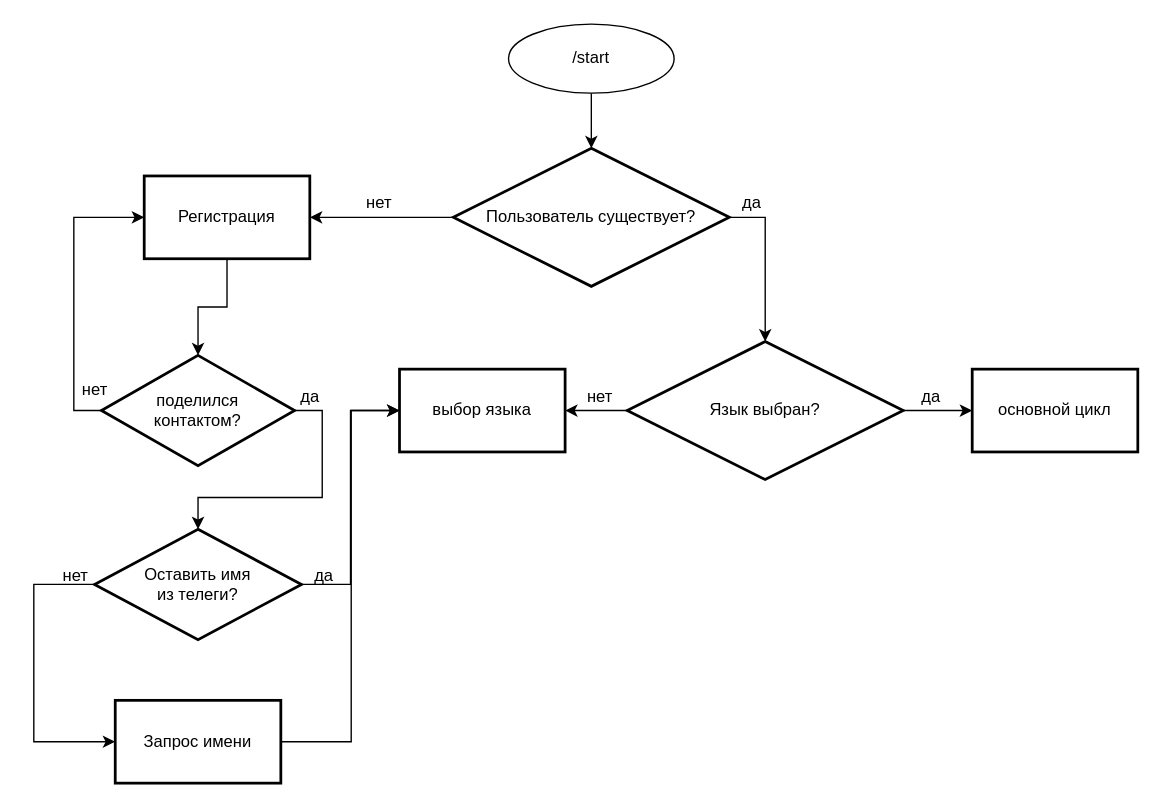
This is OSI.drawio from kaznt81/tg-osi-bot, a draw.io file, before an edit. Source tidied: cells renumbered, new cells numbered last; positions are measured from the earlier drawing's top-left corner, leaving out a move shared by most shapes. Both pictures are drawn from the tidied source at 138%, with x=0, y=0 at pixel (33, 23).
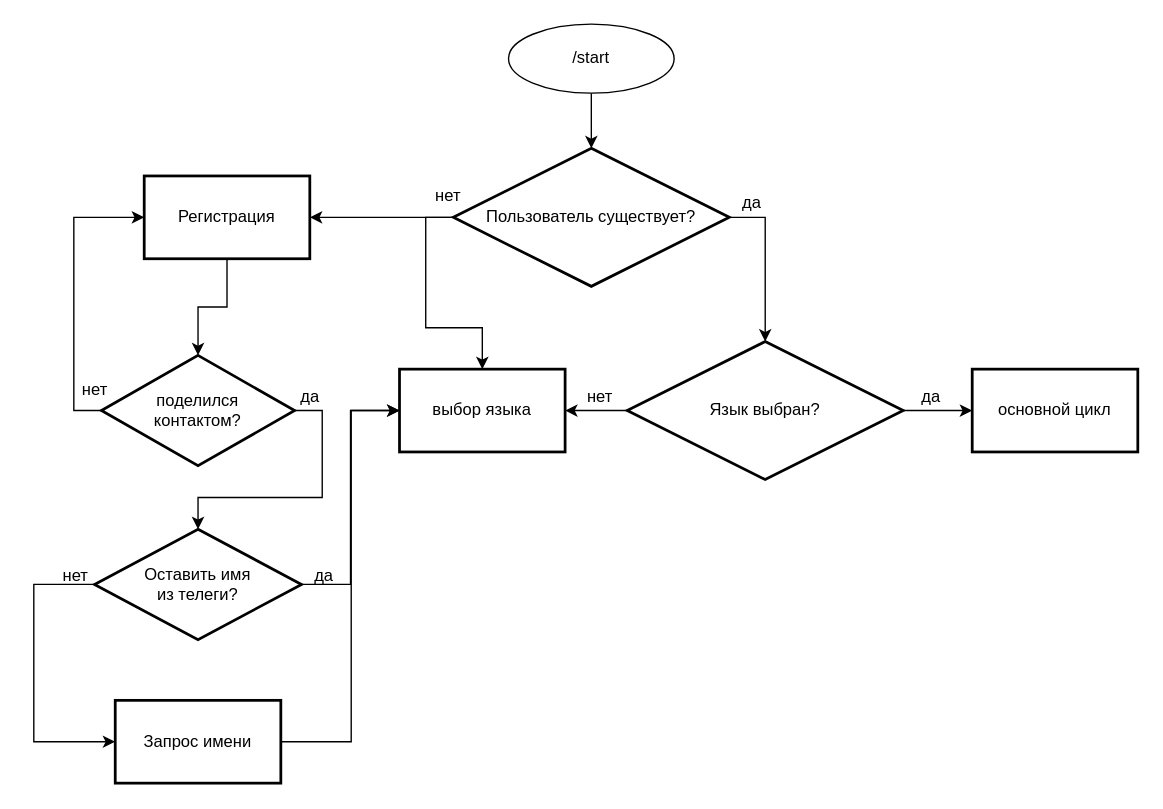
The same diagram, later.

The change refers to these unchanged cells:
```xml
<mxCell id="6" value="Пользователь существует?" style="strokeWidth=2;html=1;shape=mxgraph.flowchart.decision;whiteSpace=wrap;" parent="1" vertex="1">
  <mxGeometry x="304" y="90" width="200" height="100" as="geometry" />
</mxCell>
<mxCell id="8" value="Регистрация" style="whiteSpace=wrap;html=1;strokeWidth=2;" parent="1" vertex="1">
  <mxGeometry x="80" y="110" width="120" height="60" as="geometry" />
</mxCell>
<mxCell id="16" value="выбор языка" style="whiteSpace=wrap;html=1;strokeWidth=2;" parent="1" vertex="1">
  <mxGeometry x="265" y="250" width="120" height="60" as="geometry" />
</mxCell>
```

What changed in the source:
```diff
@@
-    <mxCell id="4" style="edgeStyle=orthogonalEdgeStyle;rounded=0;jettySize=auto;html=1;" parent="1" edge="1" source="6" target="8">
+    <mxCell id="4" style="edgeStyle=orthogonalEdgeStyle;rounded=0;jettySize=auto;html=1;entryX=0.5;entryY=0;entryDx=0;entryDy=0;exitX=0;exitY=0.5;exitDx=0;exitDy=0;exitPerimeter=0;" parent="1" edge="1" source="6" target="16">
       <mxGeometry relative="1" as="geometry" />
     </mxCell>
@@
+    <mxCell id="30" style="edgeStyle=orthogonalEdgeStyle;rounded=0;jettySize=auto;html=1;entryX=1;entryY=0.5;entryDx=0;entryDy=0;" parent="1" edge="1" source="6" target="8">
+      <mxGeometry relative="1" as="geometry" />
+    </mxCell>
@@
-    <mxCell id="9" value="нет" style="text;html=1;align=center;verticalAlign=middle;strokeColor=none;fillColor=none;" parent="1" vertex="1">
-      <mxGeometry x="230" y="115" width="40" height="30" as="geometry" />
-    </mxCell>
@@
+    <mxCell id="9" value="нет" style="text;html=1;align=center;verticalAlign=middle;strokeColor=none;fillColor=none;" parent="1" vertex="1">
+      <mxGeometry x="280" y="110" width="40" height="30" as="geometry" />
+    </mxCell>
```
